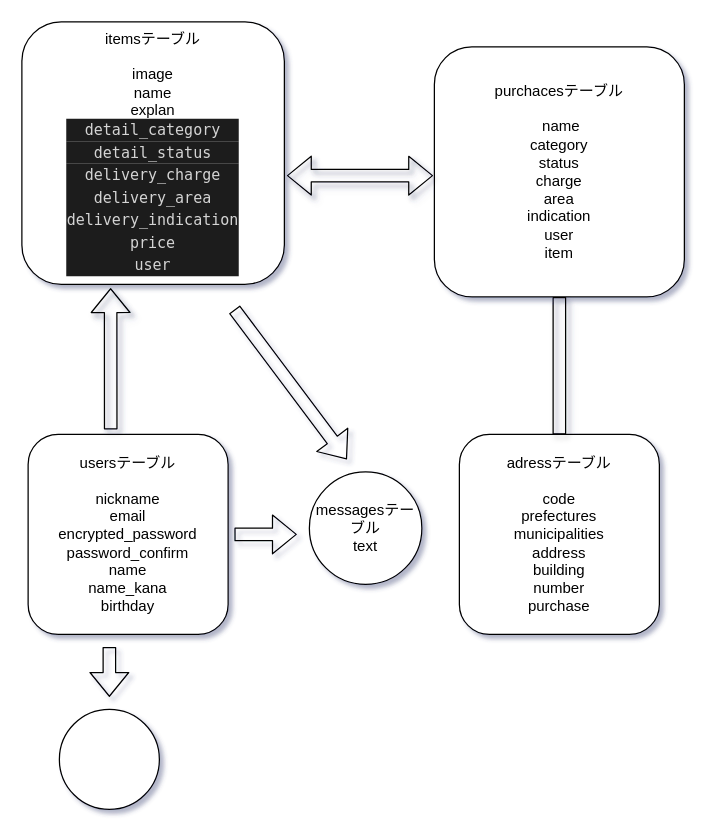
Earlier version of the draw.io diagram ER.dio (pochi13/furima-36385). Source tidied: cells renumbered, new cells numbered last; positions are measured from the earlier drawing's top-left corner, leaving out a move shared by most shapes. Both pictures are drawn from the tidied source at 125%, with x=0, y=0 at pixel (21, 21).
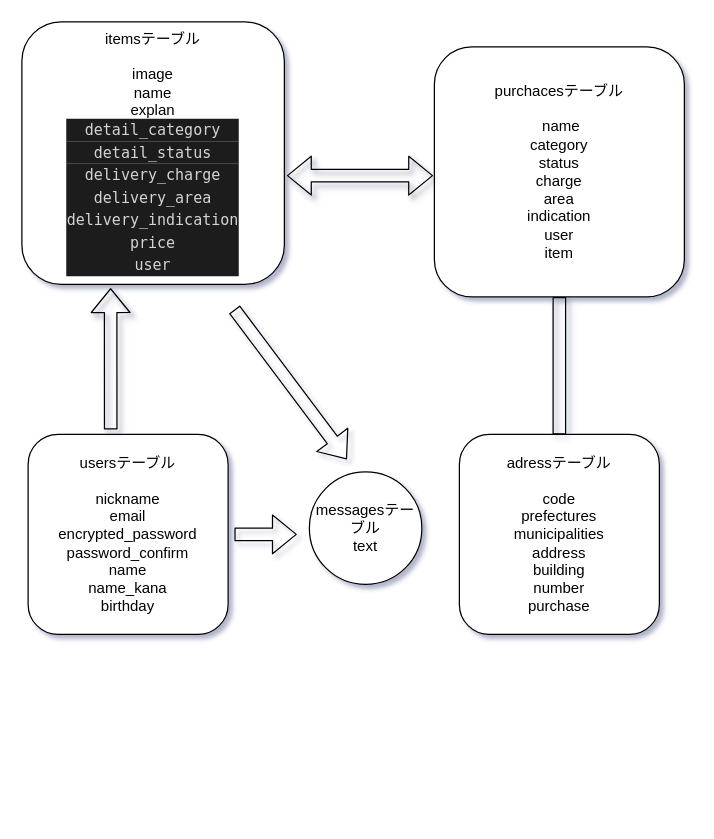
The same page after the edit.

Change to the diagram source:
```diff
@@
-    <mxCell id="13" style="ellipse;whiteSpace=wrap;html=1;rounded=0;sketch=0;" parent="1" vertex="1">
-      <mxGeometry x="30" y="550" width="80" height="80" as="geometry" />
-    </mxCell>
-    <mxCell id="14" style="shape=flexArrow;endArrow=classic;html=1;" parent="1" edge="1">
-      <mxGeometry relative="1" as="geometry">
-        <mxPoint x="70" y="500" as="sourcePoint" />
-        <mxPoint x="70" y="540" as="targetPoint" />
-      </mxGeometry>
-    </mxCell>
```
